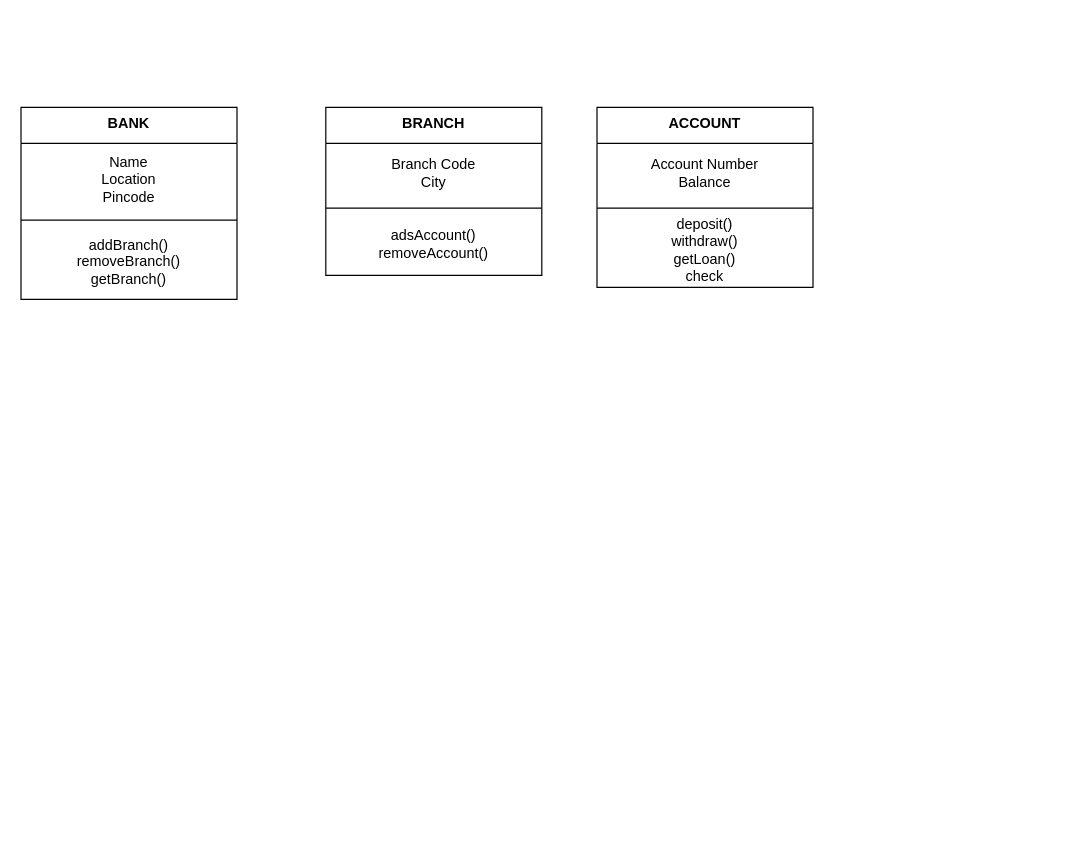
The draw.io diagram Untitled Diagram.drawio in PREMSHIVA001/daigrams-software_engineering, before the edit. Source tidied: cells renumbered, new cells numbered last; positions are measured from the earlier drawing's top-left corner, leaving out a move shared by most shapes. Both pictures are drawn from the tidied source at 120%, with x=0, y=0 at pixel (20, 107).
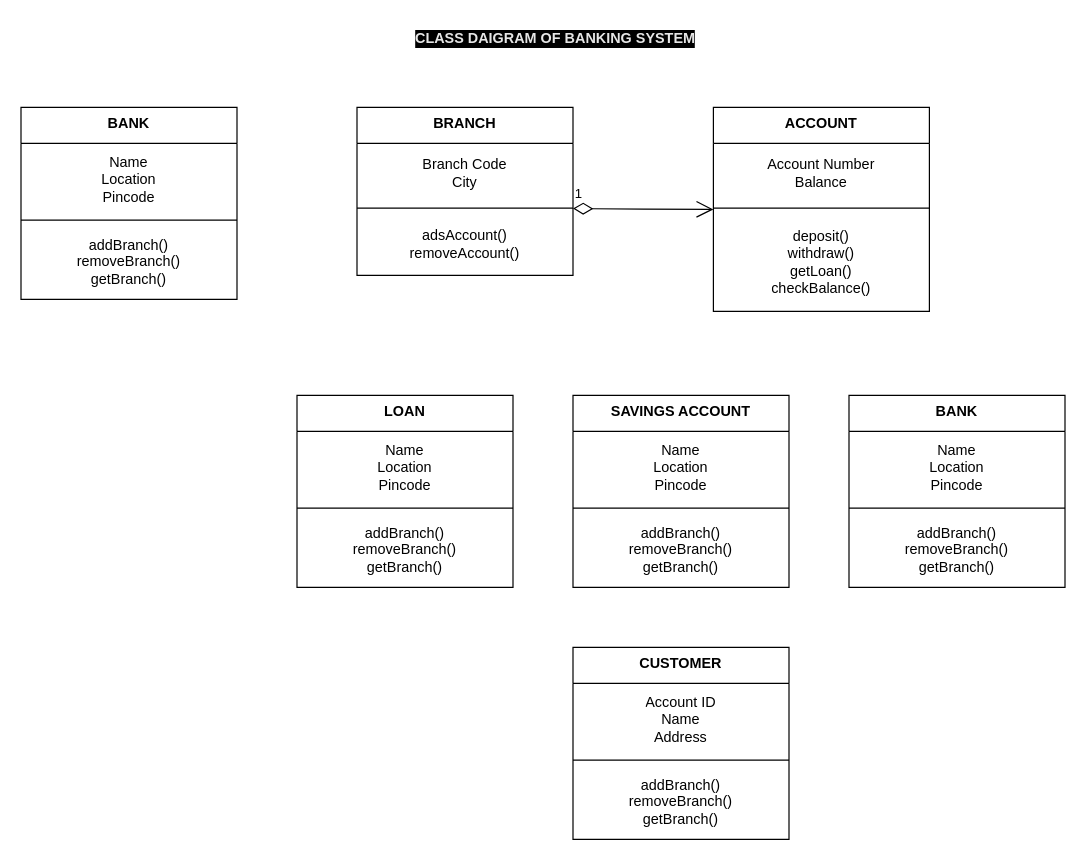
The same page after the edit.

Change to the diagram source:
```diff
@@
     <mxCell id="6" value="BRANCH" style="swimlane;fontStyle=1;align=center;verticalAlign=top;horizontal=1;startSize=30;whiteSpace=wrap;html=1;" parent="1" vertex="1">
-      <mxGeometry x="254" width="180" height="140" as="geometry" />
+      <mxGeometry x="280" width="180" height="140" as="geometry" />
     </mxCell>
@@
     <mxCell id="10" value="ACCOUNT" style="swimlane;fontStyle=1;align=center;verticalAlign=top;horizontal=1;startSize=30;whiteSpace=wrap;html=1;" parent="1" vertex="1">
-      <mxGeometry x="480" width="180" height="150" as="geometry" />
+      <mxGeometry x="577" width="180" height="170" as="geometry" />
     </mxCell>
@@
-    <mxCell id="13" value="deposit()&lt;div&gt;withdraw()&lt;/div&gt;&lt;div&gt;getLoan()&lt;/div&gt;&lt;div&gt;check&lt;/div&gt;" style="text;strokeColor=none;fillColor=none;align=center;verticalAlign=middle;spacingLeft=4;spacingRight=4;overflow=hidden;whiteSpace=wrap;html=1;" parent="10" vertex="1">
-      <mxGeometry y="88" width="180" height="62" as="geometry" />
+    <mxCell id="13" value="deposit()&lt;div&gt;withdraw()&lt;/div&gt;&lt;div&gt;getLoan()&lt;/div&gt;&lt;div&gt;checkBalance()&lt;/div&gt;" style="text;strokeColor=none;fillColor=none;align=center;verticalAlign=middle;spacingLeft=4;spacingRight=4;overflow=hidden;whiteSpace=wrap;html=1;" parent="10" vertex="1">
+      <mxGeometry y="88" width="180" height="82" as="geometry" />
     </mxCell>
+    <mxCell id="14" value="CLASS DAIGRAM OF BANKING SYSTEM" style="text;html=1;align=center;verticalAlign=middle;strokeColor=none;fillColor=none;fontStyle=1;labelBackgroundColor=#000000;fontColor=#E6E6E6;" parent="1" vertex="1">
+      <mxGeometry x="320" y="-72" width="250" height="30" as="geometry" />
+    </mxCell>
+    <mxCell id="15" value="LOAN" style="swimlane;fontStyle=1;align=center;verticalAlign=top;horizontal=1;startSize=30;whiteSpace=wrap;html=1;" parent="1" vertex="1">
+      <mxGeometry x="230" y="240" width="180" height="160" as="geometry" />
+    </mxCell>
+    <mxCell id="16" value="Name&lt;div&gt;Location&lt;/div&gt;&lt;div&gt;Pincode&lt;/div&gt;" style="text;strokeColor=none;fillColor=none;align=center;verticalAlign=middle;spacingLeft=4;spacingRight=4;overflow=hidden;whiteSpace=wrap;html=1;fontStyle=0;" parent="15" vertex="1">
+      <mxGeometry y="30" width="180" height="60" as="geometry" />
+    </mxCell>
+    <mxCell id="17" style="line;strokeWidth=1;fillColor=none;align=left;verticalAlign=middle;spacingTop=-1;spacingLeft=3;spacingRight=3;labelPosition=right;strokeColor=inherit;" parent="15" vertex="1">
+      <mxGeometry y="90" width="180" height="8" as="geometry" />
+    </mxCell>
+    <mxCell id="18" value="addBranch()&lt;div&gt;removeBranch()&lt;/div&gt;&lt;div&gt;getBranch()&lt;/div&gt;" style="text;strokeColor=none;fillColor=none;align=center;verticalAlign=middle;spacingLeft=4;spacingRight=4;overflow=hidden;whiteSpace=wrap;html=1;" parent="15" vertex="1">
+      <mxGeometry y="98" width="180" height="62" as="geometry" />
+    </mxCell>
+    <mxCell id="19" value="SAVINGS ACCOUNT" style="swimlane;fontStyle=1;align=center;verticalAlign=top;horizontal=1;startSize=30;whiteSpace=wrap;html=1;" parent="1" vertex="1">
+      <mxGeometry x="460" y="240" width="180" height="160" as="geometry" />
+    </mxCell>
+    <mxCell id="20" value="Name&lt;div&gt;Location&lt;/div&gt;&lt;div&gt;Pincode&lt;/div&gt;" style="text;strokeColor=none;fillColor=none;align=center;verticalAlign=middle;spacingLeft=4;spacingRight=4;overflow=hidden;whiteSpace=wrap;html=1;fontStyle=0;" parent="19" vertex="1">
+      <mxGeometry y="30" width="180" height="60" as="geometry" />
+    </mxCell>
+    <mxCell id="21" style="line;strokeWidth=1;fillColor=none;align=left;verticalAlign=middle;spacingTop=-1;spacingLeft=3;spacingRight=3;labelPosition=right;strokeColor=inherit;" parent="19" vertex="1">
+      <mxGeometry y="90" width="180" height="8" as="geometry" />
+    </mxCell>
+    <mxCell id="22" value="addBranch()&lt;div&gt;removeBranch()&lt;/div&gt;&lt;div&gt;getBranch()&lt;/div&gt;" style="text;strokeColor=none;fillColor=none;align=center;verticalAlign=middle;spacingLeft=4;spacingRight=4;overflow=hidden;whiteSpace=wrap;html=1;" parent="19" vertex="1">
+      <mxGeometry y="98" width="180" height="62" as="geometry" />
+    </mxCell>
+    <mxCell id="23" value="BANK" style="swimlane;fontStyle=1;align=center;verticalAlign=top;horizontal=1;startSize=30;whiteSpace=wrap;html=1;" parent="1" vertex="1">
+      <mxGeometry x="690" y="240" width="180" height="160" as="geometry" />
+    </mxCell>
+    <mxCell id="24" value="Name&lt;div&gt;Location&lt;/div&gt;&lt;div&gt;Pincode&lt;/div&gt;" style="text;strokeColor=none;fillColor=none;align=center;verticalAlign=middle;spacingLeft=4;spacingRight=4;overflow=hidden;whiteSpace=wrap;html=1;fontStyle=0;" parent="23" vertex="1">
+      <mxGeometry y="30" width="180" height="60" as="geometry" />
+    </mxCell>
+    <mxCell id="25" style="line;strokeWidth=1;fillColor=none;align=left;verticalAlign=middle;spacingTop=-1;spacingLeft=3;spacingRight=3;labelPosition=right;strokeColor=inherit;" parent="23" vertex="1">
+      <mxGeometry y="90" width="180" height="8" as="geometry" />
+    </mxCell>
+    <mxCell id="26" value="addBranch()&lt;div&gt;removeBranch()&lt;/div&gt;&lt;div&gt;getBranch()&lt;/div&gt;" style="text;strokeColor=none;fillColor=none;align=center;verticalAlign=middle;spacingLeft=4;spacingRight=4;overflow=hidden;whiteSpace=wrap;html=1;" parent="23" vertex="1">
+      <mxGeometry y="98" width="180" height="62" as="geometry" />
+    </mxCell>
+    <mxCell id="27" value="CUSTOMER" style="swimlane;fontStyle=1;align=center;verticalAlign=top;horizontal=1;startSize=30;whiteSpace=wrap;html=1;" parent="1" vertex="1">
+      <mxGeometry x="460" y="450" width="180" height="160" as="geometry" />
+    </mxCell>
+    <mxCell id="28" value="Account ID&lt;div&gt;Name&lt;/div&gt;&lt;div&gt;Address&lt;/div&gt;" style="text;strokeColor=none;fillColor=none;align=center;verticalAlign=middle;spacingLeft=4;spacingRight=4;overflow=hidden;whiteSpace=wrap;html=1;fontStyle=0;" parent="27" vertex="1">
+      <mxGeometry y="30" width="180" height="60" as="geometry" />
+    </mxCell>
+    <mxCell id="29" style="line;strokeWidth=1;fillColor=none;align=left;verticalAlign=middle;spacingTop=-1;spacingLeft=3;spacingRight=3;labelPosition=right;strokeColor=inherit;" parent="27" vertex="1">
+      <mxGeometry y="90" width="180" height="8" as="geometry" />
+    </mxCell>
+    <mxCell id="30" value="addBranch()&lt;div&gt;removeBranch()&lt;/div&gt;&lt;div&gt;getBranch()&lt;/div&gt;" style="text;strokeColor=none;fillColor=none;align=center;verticalAlign=middle;spacingLeft=4;spacingRight=4;overflow=hidden;whiteSpace=wrap;html=1;" parent="27" vertex="1">
+      <mxGeometry y="98" width="180" height="62" as="geometry" />
+    </mxCell>
+    <mxCell id="31" value="1" style="endArrow=open;html=1;endSize=12;startArrow=diamondThin;startSize=14;startFill=0;edgeStyle=orthogonalEdgeStyle;align=left;verticalAlign=bottom;rounded=0;entryX=0;entryY=0.5;entryDx=0;entryDy=0;" parent="1" edge="1" target="10">
+      <mxGeometry x="-1" y="3" relative="1" as="geometry">
+        <mxPoint x="460" y="84.3" as="sourcePoint" />
+      </mxGeometry>
+    </mxCell>
```
